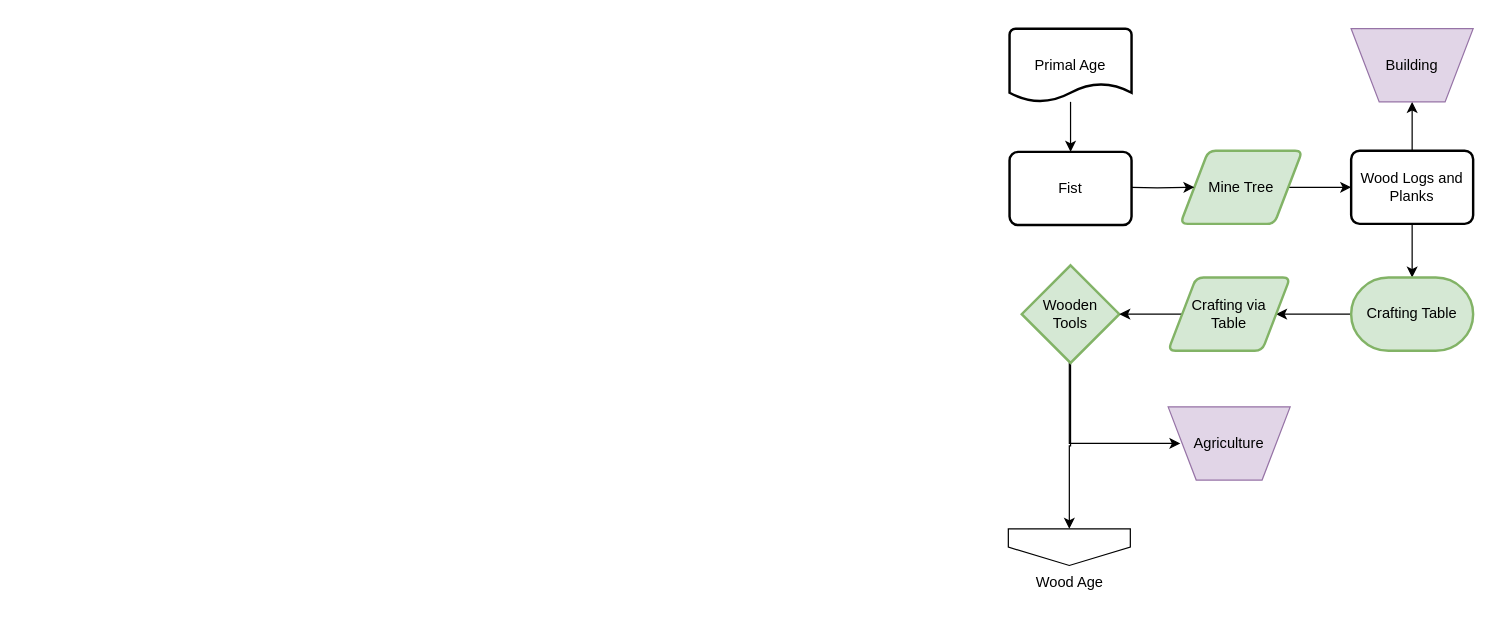
Before: page "Primal Age" (3 of 8) of flowcharts/progression.drawio in MeepishRealms/Cog, a draw.io diagram. Source tidied: cells renumbered, new cells numbered last; positions are measured from the earlier drawing's top-left corner, leaving out a move shared by most shapes. Both pictures are drawn from the tidied source at 122%, with x=0, y=0 at pixel (1008, 28).
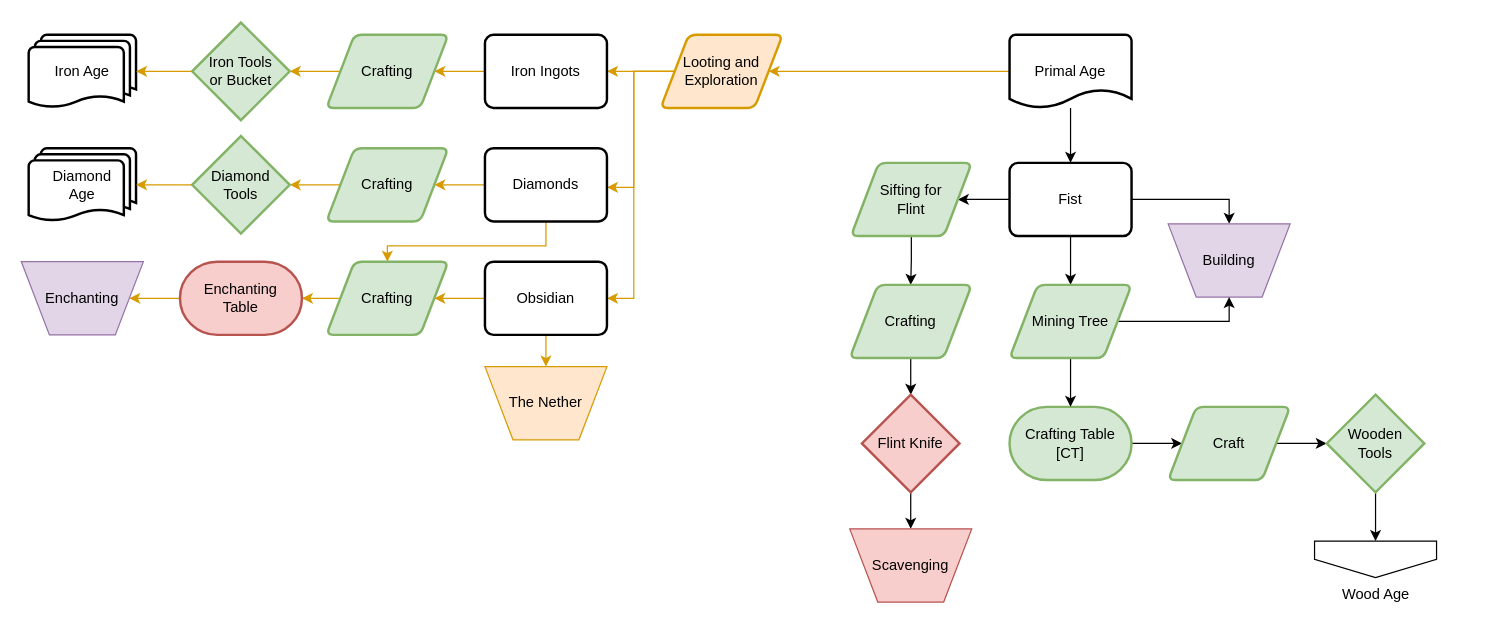
After the change.

Diff of the diagram source:
```diff
@@
-    <mxCell id="2" style="edgeStyle=orthogonalEdgeStyle;rounded=0;jettySize=auto;html=1;" parent="1" edge="1" source="3" target="8">
-      <mxGeometry relative="1" as="geometry" />
-    </mxCell>
-    <mxCell id="3" value="Mine Tree" style="shape=parallelogram;html=1;strokeWidth=2;perimeter=parallelogramPerimeter;whiteSpace=wrap;rounded=1;arcSize=12;size=0.23;fillColor=#d5e8d4;strokeColor=#82b366;" parent="1" vertex="1">
-      <mxGeometry x="141" y="100" width="100" height="60" as="geometry" />
-    </mxCell>
-    <mxCell id="4" style="edgeStyle=orthogonalEdgeStyle;rounded=0;jettySize=auto;html=1;entryX=0;entryY=0.5;entryDx=0;entryDy=0;" parent="1" edge="1" target="3">
-      <mxGeometry relative="1" as="geometry">
-        <mxPoint x="101" y="130" as="sourcePoint" />
-      </mxGeometry>
-    </mxCell>
+    <mxCell id="21" style="edgeStyle=orthogonalEdgeStyle;rounded=0;jettySize=auto;html=1;" parent="1" edge="1" source="5" target="29">
+      <mxGeometry relative="1" as="geometry" />
+    </mxCell>
+    <mxCell id="22" style="edgeStyle=orthogonalEdgeStyle;rounded=0;jettySize=auto;html=1;entryX=0.5;entryY=0;entryDx=0;entryDy=0;" parent="1" edge="1" source="5" target="9">
+      <mxGeometry relative="1" as="geometry" />
+    </mxCell>
+    <mxCell id="23" style="edgeStyle=orthogonalEdgeStyle;rounded=0;jettySize=auto;html=1;exitX=0;exitY=0.5;exitDx=0;exitDy=0;entryX=1;entryY=0.5;entryDx=0;entryDy=0;" parent="1" edge="1" source="5" target="33">
+      <mxGeometry relative="1" as="geometry" />
+    </mxCell>
     <mxCell id="5" value="Fist" style="rounded=1;whiteSpace=wrap;html=1;absoluteArcSize=1;arcSize=14;strokeWidth=2;" parent="1" vertex="1">
-      <mxGeometry x="1" y="101" width="100" height="60" as="geometry" />
+      <mxGeometry x="1" y="110" width="100" height="60" as="geometry" />
     </mxCell>
-    <mxCell id="6" style="edgeStyle=orthogonalEdgeStyle;rounded=0;jettySize=auto;html=1;" parent="1" edge="1" source="8" target="9">
-      <mxGeometry relative="1" as="geometry" />
-    </mxCell>
-    <mxCell id="7" style="edgeStyle=orthogonalEdgeStyle;rounded=0;jettySize=auto;html=1;entryX=0.5;entryY=0;entryDx=0;entryDy=0;entryPerimeter=0;" parent="1" edge="1" source="8" target="11">
-      <mxGeometry relative="1" as="geometry" />
-    </mxCell>
-    <mxCell id="8" value="Wood Logs and Planks" style="rounded=1;whiteSpace=wrap;html=1;absoluteArcSize=1;arcSize=14;strokeWidth=2;" parent="1" vertex="1">
-      <mxGeometry x="281" y="100" width="100" height="60" as="geometry" />
-    </mxCell>
+    <mxCell id="18" style="edgeStyle=orthogonalEdgeStyle;rounded=0;jettySize=auto;html=1;" parent="1" edge="1" source="19" target="5">
+      <mxGeometry relative="1" as="geometry" />
+    </mxCell>
+    <mxCell id="24" style="edgeStyle=orthogonalEdgeStyle;rounded=0;jettySize=auto;html=1;exitX=0;exitY=0.5;exitDx=0;exitDy=0;exitPerimeter=0;fillColor=#ffe6cc;strokeColor=#d79b00;" parent="1" edge="1" source="19" target="42">
+      <mxGeometry relative="1" as="geometry" />
+    </mxCell>
+    <mxCell id="19" value="Primal Age" style="strokeWidth=2;html=1;shape=mxgraph.flowchart.document2;whiteSpace=wrap;size=0.25;" parent="1" vertex="1">
+      <mxGeometry x="1" y="5" width="100" height="60" as="geometry" />
+    </mxCell>
+    <mxCell id="12" value="Wood Age" style="verticalLabelPosition=bottom;verticalAlign=top;html=1;shape=offPageConnector;rounded=0;size=0.5;" parent="1" vertex="1">
+      <mxGeometry x="251" y="420" width="100" height="30" as="geometry" />
+    </mxCell>
+    <mxCell id="25" style="edgeStyle=orthogonalEdgeStyle;rounded=0;jettySize=auto;html=1;" parent="1" edge="1" source="26" target="31">
+      <mxGeometry relative="1" as="geometry" />
+    </mxCell>
+    <mxCell id="26" value="Crafting Table&lt;br&gt;[CT]" style="strokeWidth=2;html=1;shape=mxgraph.flowchart.terminator;whiteSpace=wrap;fillColor=#d5e8d4;strokeColor=#82b366;" parent="1" vertex="1">
+      <mxGeometry x="1" y="310" width="100" height="60" as="geometry" />
+    </mxCell>
     <mxCell id="9" value="Building" style="verticalLabelPosition=middle;verticalAlign=middle;html=1;shape=trapezoid;perimeter=trapezoidPerimeter;whiteSpace=wrap;size=0.23;arcSize=10;flipV=1;labelPosition=center;align=center;fillColor=#e1d5e7;strokeColor=#9673a6;" parent="1" vertex="1">
-      <mxGeometry x="281" width="100" height="60" as="geometry" />
+      <mxGeometry x="131" y="160" width="100" height="60" as="geometry" />
     </mxCell>
-    <mxCell id="10" style="edgeStyle=orthogonalEdgeStyle;rounded=0;jettySize=auto;html=1;" parent="1" edge="1" source="11" target="17">
-      <mxGeometry relative="1" as="geometry" />
-    </mxCell>
-    <mxCell id="11" value="Crafting Table" style="strokeWidth=2;html=1;shape=mxgraph.flowchart.terminator;whiteSpace=wrap;fillColor=#d5e8d4;strokeColor=#82b366;" parent="1" vertex="1">
-      <mxGeometry x="281" y="204" width="100" height="60" as="geometry" />
-    </mxCell>
-    <mxCell id="12" value="Wood Age" style="verticalLabelPosition=bottom;verticalAlign=top;html=1;shape=offPageConnector;rounded=0;size=0.5;" parent="1" vertex="1">
-      <mxGeometry y="410" width="100" height="30" as="geometry" />
-    </mxCell>
-    <mxCell id="13" style="edgeStyle=orthogonalEdgeStyle;rounded=0;jettySize=auto;html=1;exitX=0.5;exitY=1;exitDx=0;exitDy=0;exitPerimeter=0;entryX=0;entryY=0.5;entryDx=0;entryDy=0;" parent="1" edge="1" source="15">
-      <mxGeometry relative="1" as="geometry">
-        <mxPoint x="141" y="340" as="targetPoint" />
-        <Array as="points">
-          <mxPoint x="50" y="274" />
-          <mxPoint x="50" y="340" />
-        </Array>
-      </mxGeometry>
-    </mxCell>
+    <mxCell id="27" style="edgeStyle=orthogonalEdgeStyle;rounded=0;jettySize=auto;html=1;" parent="1" edge="1" source="29" target="26">
+      <mxGeometry relative="1" as="geometry" />
+    </mxCell>
+    <mxCell id="28" style="edgeStyle=orthogonalEdgeStyle;rounded=0;jettySize=auto;html=1;entryX=0.5;entryY=1;entryDx=0;entryDy=0;" parent="1" edge="1" source="29" target="9">
+      <mxGeometry relative="1" as="geometry" />
+    </mxCell>
+    <mxCell id="29" value="Mining Tree" style="shape=parallelogram;html=1;strokeWidth=2;perimeter=parallelogramPerimeter;whiteSpace=wrap;rounded=1;arcSize=12;size=0.23;fillColor=#d5e8d4;strokeColor=#82b366;" parent="1" vertex="1">
+      <mxGeometry x="1" y="210" width="100" height="60" as="geometry" />
+    </mxCell>
+    <mxCell id="30" style="edgeStyle=orthogonalEdgeStyle;rounded=0;jettySize=auto;html=1;" parent="1" edge="1" source="31" target="15">
+      <mxGeometry relative="1" as="geometry" />
+    </mxCell>
+    <mxCell id="31" value="Craft" style="shape=parallelogram;html=1;strokeWidth=2;perimeter=parallelogramPerimeter;whiteSpace=wrap;rounded=1;arcSize=12;size=0.23;fillColor=#d5e8d4;strokeColor=#82b366;" parent="1" vertex="1">
+      <mxGeometry x="131" y="310" width="100" height="60" as="geometry" />
+    </mxCell>
-    <mxCell id="14" style="edgeStyle=orthogonalEdgeStyle;rounded=0;jettySize=auto;html=1;exitX=0.5;exitY=1;exitDx=0;exitDy=0;exitPerimeter=0;entryX=0.5;entryY=0;entryDx=0;entryDy=0;" parent="1" edge="1" source="15" target="12">
+    <mxCell id="14" style="edgeStyle=orthogonalEdgeStyle;rounded=0;jettySize=auto;html=1;" parent="1" edge="1" source="15" target="12">
       <mxGeometry relative="1" as="geometry" />
     </mxCell>
     <mxCell id="15" value="Wooden&lt;br&gt;Tools" style="strokeWidth=2;html=1;shape=mxgraph.flowchart.decision;whiteSpace=wrap;fillColor=#d5e8d4;strokeColor=#82b366;" parent="1" vertex="1">
-      <mxGeometry x="11" y="194" width="80" height="80" as="geometry" />
+      <mxGeometry x="261" y="300" width="80" height="80" as="geometry" />
     </mxCell>
-    <mxCell id="16" style="edgeStyle=orthogonalEdgeStyle;rounded=0;jettySize=auto;html=1;" parent="1" edge="1" source="17" target="15">
-      <mxGeometry relative="1" as="geometry" />
-    </mxCell>
-    <mxCell id="17" value="Crafting via&lt;br&gt;Table" style="shape=parallelogram;html=1;strokeWidth=2;perimeter=parallelogramPerimeter;whiteSpace=wrap;rounded=1;arcSize=12;size=0.23;fillColor=#d5e8d4;strokeColor=#82b366;" parent="1" vertex="1">
-      <mxGeometry x="131" y="204" width="100" height="60" as="geometry" />
-    </mxCell>
-    <mxCell id="18" style="edgeStyle=orthogonalEdgeStyle;rounded=0;jettySize=auto;html=1;" parent="1" edge="1" source="19" target="5">
-      <mxGeometry relative="1" as="geometry" />
-    </mxCell>
-    <mxCell id="19" value="Primal Age" style="strokeWidth=2;html=1;shape=mxgraph.flowchart.document2;whiteSpace=wrap;size=0.25;" parent="1" vertex="1">
-      <mxGeometry x="1" width="100" height="60" as="geometry" />
-    </mxCell>
-    <mxCell id="20" value="Agriculture" style="verticalLabelPosition=middle;verticalAlign=middle;html=1;shape=trapezoid;perimeter=trapezoidPerimeter;whiteSpace=wrap;size=0.23;arcSize=10;flipV=1;labelPosition=center;align=center;fillColor=#e1d5e7;strokeColor=#9673a6;" parent="1" vertex="1">
-      <mxGeometry x="131" y="310" width="100" height="60" as="geometry" />
-    </mxCell>
+    <mxCell id="32" style="edgeStyle=orthogonalEdgeStyle;rounded=0;jettySize=auto;html=1;exitX=0.5;exitY=1;exitDx=0;exitDy=0;" parent="1" edge="1" source="33" target="35">
+      <mxGeometry relative="1" as="geometry" />
+    </mxCell>
+    <mxCell id="33" value="Sifting for&lt;br&gt;Flint" style="shape=parallelogram;html=1;strokeWidth=2;perimeter=parallelogramPerimeter;whiteSpace=wrap;rounded=1;arcSize=12;size=0.23;fillColor=#d5e8d4;strokeColor=#82b366;" parent="1" vertex="1">
+      <mxGeometry x="-129" y="110" width="99" height="60" as="geometry" />
+    </mxCell>
+    <mxCell id="34" style="edgeStyle=orthogonalEdgeStyle;rounded=0;jettySize=auto;html=1;exitX=0.5;exitY=1;exitDx=0;exitDy=0;" parent="1" edge="1" source="35" target="37">
+      <mxGeometry relative="1" as="geometry" />
+    </mxCell>
+    <mxCell id="35" value="Crafting" style="shape=parallelogram;html=1;strokeWidth=2;perimeter=parallelogramPerimeter;whiteSpace=wrap;rounded=1;arcSize=12;size=0.23;fillColor=#d5e8d4;strokeColor=#82b366;" parent="1" vertex="1">
+      <mxGeometry x="-130" y="210" width="100" height="60" as="geometry" />
+    </mxCell>
+    <mxCell id="36" style="edgeStyle=orthogonalEdgeStyle;rounded=0;jettySize=auto;html=1;exitX=0.5;exitY=1;exitDx=0;exitDy=0;exitPerimeter=0;" parent="1" edge="1" source="37" target="38">
+      <mxGeometry relative="1" as="geometry" />
+    </mxCell>
+    <mxCell id="37" value="Flint Knife" style="strokeWidth=2;html=1;shape=mxgraph.flowchart.decision;whiteSpace=wrap;fillColor=#f8cecc;strokeColor=#b85450;" parent="1" vertex="1">
+      <mxGeometry x="-120" y="300" width="80" height="80" as="geometry" />
+    </mxCell>
+    <mxCell id="38" value="Scavenging" style="verticalLabelPosition=middle;verticalAlign=middle;html=1;shape=trapezoid;perimeter=trapezoidPerimeter;whiteSpace=wrap;size=0.23;arcSize=10;flipV=1;labelPosition=center;align=center;fillColor=#f8cecc;strokeColor=#b85450;" parent="1" vertex="1">
+      <mxGeometry x="-130" y="410" width="100" height="60" as="geometry" />
+    </mxCell>
+    <mxCell id="39" style="edgeStyle=orthogonalEdgeStyle;rounded=0;jettySize=auto;html=1;exitX=0;exitY=0.5;exitDx=0;exitDy=0;entryX=1;entryY=0.5;entryDx=0;entryDy=0;fillColor=#ffe6cc;strokeColor=#d79b00;" parent="1" edge="1" source="42" target="44">
+      <mxGeometry relative="1" as="geometry" />
+    </mxCell>
+    <mxCell id="40" style="edgeStyle=orthogonalEdgeStyle;rounded=0;jettySize=auto;html=1;exitX=0;exitY=0.5;exitDx=0;exitDy=0;fillColor=#ffe6cc;strokeColor=#d79b00;" parent="1" edge="1" target="50">
+      <mxGeometry relative="1" as="geometry">
+        <mxPoint x="-271.5" y="35" as="sourcePoint" />
+        <Array as="points">
+          <mxPoint x="-307" y="35" />
+          <mxPoint x="-307" y="130" />
+        </Array>
+      </mxGeometry>
+    </mxCell>
+    <mxCell id="41" style="edgeStyle=orthogonalEdgeStyle;rounded=0;jettySize=auto;html=1;exitX=0;exitY=0.5;exitDx=0;exitDy=0;entryX=1;entryY=0.5;entryDx=0;entryDy=0;fillColor=#ffe6cc;strokeColor=#d79b00;" parent="1" edge="1" source="42" target="65">
+      <mxGeometry relative="1" as="geometry" />
+    </mxCell>
+    <mxCell id="42" value="Looting and&lt;br&gt;Exploration" style="shape=parallelogram;html=1;strokeWidth=2;perimeter=parallelogramPerimeter;whiteSpace=wrap;rounded=1;arcSize=12;size=0.23;fillColor=#ffe6cc;strokeColor=#d79b00;" parent="1" vertex="1">
+      <mxGeometry x="-285" y="5" width="100" height="60" as="geometry" />
+    </mxCell>
+    <mxCell id="43" style="edgeStyle=orthogonalEdgeStyle;rounded=0;jettySize=auto;html=1;exitX=0;exitY=0.5;exitDx=0;exitDy=0;fillColor=#ffe6cc;strokeColor=#d79b00;" parent="1" edge="1" source="44" target="59">
+      <mxGeometry relative="1" as="geometry" />
+    </mxCell>
+    <mxCell id="44" value="Iron Ingots" style="rounded=1;whiteSpace=wrap;html=1;absoluteArcSize=1;arcSize=14;strokeWidth=2;" parent="1" vertex="1">
+      <mxGeometry x="-429" y="5" width="100" height="60" as="geometry" />
+    </mxCell>
+    <mxCell id="45" style="edgeStyle=orthogonalEdgeStyle;rounded=0;jettySize=auto;html=1;exitX=0;exitY=0.5;exitDx=0;exitDy=0;fillColor=#ffe6cc;strokeColor=#d79b00;" parent="1" edge="1" source="46" target="55">
+      <mxGeometry relative="1" as="geometry" />
+    </mxCell>
+    <mxCell id="46" value="Crafting" style="shape=parallelogram;html=1;strokeWidth=2;perimeter=parallelogramPerimeter;whiteSpace=wrap;rounded=1;arcSize=12;size=0.23;fillColor=#d5e8d4;strokeColor=#82b366;" parent="1" vertex="1">
+      <mxGeometry x="-559" y="98" width="100" height="60" as="geometry" />
+    </mxCell>
+    <mxCell id="47" value="Iron Age" style="strokeWidth=2;html=1;shape=mxgraph.flowchart.multi-document;whiteSpace=wrap;" parent="1" vertex="1">
+      <mxGeometry x="-803" y="5" width="88" height="60" as="geometry" />
+    </mxCell>
+    <mxCell id="48" style="edgeStyle=orthogonalEdgeStyle;rounded=0;jettySize=auto;html=1;exitX=0;exitY=0.5;exitDx=0;exitDy=0;fillColor=#ffe6cc;strokeColor=#d79b00;" parent="1" edge="1" source="50" target="46">
+      <mxGeometry relative="1" as="geometry" />
+    </mxCell>
+    <mxCell id="49" style="edgeStyle=orthogonalEdgeStyle;rounded=0;jettySize=auto;html=1;exitX=0.5;exitY=1;exitDx=0;exitDy=0;fillColor=#ffe6cc;strokeColor=#d79b00;" parent="1" edge="1" source="50" target="57">
+      <mxGeometry relative="1" as="geometry">
+        <Array as="points">
+          <mxPoint x="-379" y="178" />
+          <mxPoint x="-509" y="178" />
+        </Array>
+      </mxGeometry>
+    </mxCell>
+    <mxCell id="50" value="Diamonds" style="rounded=1;whiteSpace=wrap;html=1;absoluteArcSize=1;arcSize=14;strokeWidth=2;" parent="1" vertex="1">
+      <mxGeometry x="-429" y="98" width="100" height="60" as="geometry" />
+    </mxCell>
+    <mxCell id="51" value="Diamond&lt;br&gt;Age" style="strokeWidth=2;html=1;shape=mxgraph.flowchart.multi-document;whiteSpace=wrap;" parent="1" vertex="1">
+      <mxGeometry x="-803" y="98" width="88" height="60" as="geometry" />
+    </mxCell>
+    <mxCell id="52" style="edgeStyle=orthogonalEdgeStyle;rounded=0;jettySize=auto;html=1;exitX=0;exitY=0.5;exitDx=0;exitDy=0;exitPerimeter=0;fillColor=#ffe6cc;strokeColor=#d79b00;" parent="1" edge="1" source="53" target="47">
+      <mxGeometry relative="1" as="geometry" />
+    </mxCell>
+    <mxCell id="53" value="Iron Tools&lt;br&gt;or Bucket" style="strokeWidth=2;html=1;shape=mxgraph.flowchart.decision;whiteSpace=wrap;fillColor=#d5e8d4;strokeColor=#82b366;" parent="1" vertex="1">
+      <mxGeometry x="-669" y="-5" width="80" height="80" as="geometry" />
+    </mxCell>
+    <mxCell id="54" style="edgeStyle=orthogonalEdgeStyle;rounded=0;jettySize=auto;html=1;exitX=0;exitY=0.5;exitDx=0;exitDy=0;exitPerimeter=0;fillColor=#ffe6cc;strokeColor=#d79b00;" parent="1" edge="1" source="55" target="51">
+      <mxGeometry relative="1" as="geometry" />
+    </mxCell>
+    <mxCell id="55" value="Diamond&lt;br&gt;Tools" style="strokeWidth=2;html=1;shape=mxgraph.flowchart.decision;whiteSpace=wrap;fillColor=#d5e8d4;strokeColor=#82b366;" parent="1" vertex="1">
+      <mxGeometry x="-669" y="88" width="80" height="80" as="geometry" />
+    </mxCell>
+    <mxCell id="56" style="edgeStyle=orthogonalEdgeStyle;rounded=0;jettySize=auto;html=1;exitX=0;exitY=0.5;exitDx=0;exitDy=0;fillColor=#ffe6cc;strokeColor=#d79b00;" parent="1" edge="1" source="57" target="61">
+      <mxGeometry relative="1" as="geometry" />
+    </mxCell>
+    <mxCell id="57" value="Crafting" style="shape=parallelogram;html=1;strokeWidth=2;perimeter=parallelogramPerimeter;whiteSpace=wrap;rounded=1;arcSize=12;size=0.23;fillColor=#d5e8d4;strokeColor=#82b366;" parent="1" vertex="1">
+      <mxGeometry x="-559" y="191" width="100" height="60" as="geometry" />
+    </mxCell>
+    <mxCell id="58" style="edgeStyle=orthogonalEdgeStyle;rounded=0;jettySize=auto;html=1;exitX=0;exitY=0.5;exitDx=0;exitDy=0;fillColor=#ffe6cc;strokeColor=#d79b00;" parent="1" edge="1" source="59" target="53">
+      <mxGeometry relative="1" as="geometry" />
+    </mxCell>
+    <mxCell id="59" value="Crafting" style="shape=parallelogram;html=1;strokeWidth=2;perimeter=parallelogramPerimeter;whiteSpace=wrap;rounded=1;arcSize=12;size=0.23;fillColor=#d5e8d4;strokeColor=#82b366;" parent="1" vertex="1">
+      <mxGeometry x="-559" y="5" width="100" height="60" as="geometry" />
+    </mxCell>
+    <mxCell id="60" style="edgeStyle=orthogonalEdgeStyle;rounded=0;jettySize=auto;html=1;fillColor=#ffe6cc;strokeColor=#d79b00;" parent="1" edge="1" source="61" target="62">
+      <mxGeometry relative="1" as="geometry" />
+    </mxCell>
+    <mxCell id="61" value="Enchanting&lt;br&gt;Table" style="strokeWidth=2;html=1;shape=mxgraph.flowchart.terminator;whiteSpace=wrap;fillColor=#f8cecc;strokeColor=#b85450;" parent="1" vertex="1">
+      <mxGeometry x="-679" y="191" width="100" height="60" as="geometry" />
+    </mxCell>
+    <mxCell id="62" value="Enchanting" style="verticalLabelPosition=middle;verticalAlign=middle;html=1;shape=trapezoid;perimeter=trapezoidPerimeter;whiteSpace=wrap;size=0.23;arcSize=10;flipV=1;labelPosition=center;align=center;fillColor=#e1d5e7;strokeColor=#9673a6;" parent="1" vertex="1">
+      <mxGeometry x="-809" y="191" width="100" height="60" as="geometry" />
+    </mxCell>
+    <mxCell id="63" style="edgeStyle=orthogonalEdgeStyle;rounded=0;jettySize=auto;html=1;exitX=0;exitY=0.5;exitDx=0;exitDy=0;fillColor=#ffe6cc;strokeColor=#d79b00;" parent="1" edge="1" source="65" target="57">
+      <mxGeometry relative="1" as="geometry" />
+    </mxCell>
+    <mxCell id="64" style="edgeStyle=orthogonalEdgeStyle;rounded=0;jettySize=auto;html=1;fillColor=#ffe6cc;strokeColor=#d79b00;" parent="1" edge="1" source="65" target="66">
+      <mxGeometry relative="1" as="geometry" />
+    </mxCell>
+    <mxCell id="65" value="Obsidian" style="rounded=1;whiteSpace=wrap;html=1;absoluteArcSize=1;arcSize=14;strokeWidth=2;" parent="1" vertex="1">
+      <mxGeometry x="-429" y="191" width="100" height="60" as="geometry" />
+    </mxCell>
+    <mxCell id="66" value="The Nether" style="verticalLabelPosition=middle;verticalAlign=middle;html=1;shape=trapezoid;perimeter=trapezoidPerimeter;whiteSpace=wrap;size=0.23;arcSize=10;flipV=1;labelPosition=center;align=center;fillColor=#ffe6cc;strokeColor=#d79b00;" parent="1" vertex="1">
+      <mxGeometry x="-429" y="277" width="100" height="60" as="geometry" />
+    </mxCell>
```
